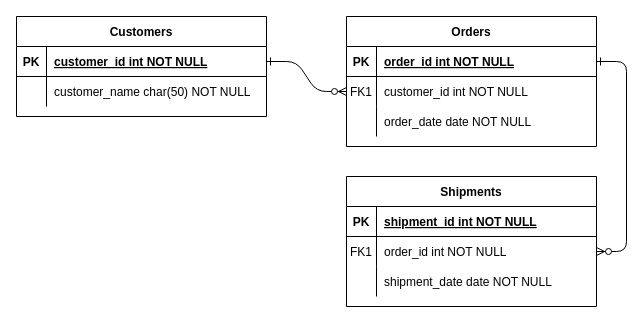
Earlier version of the draw.io diagram Untitled Diagram.drawio (alecdiaz1/rainify). Source tidied: cells renumbered, new cells numbered last; positions are measured from the earlier drawing's top-left corner, leaving out a move shared by most shapes. Both pictures are drawn from the tidied source at 100%, with x=0, y=0 at pixel (16, 16).
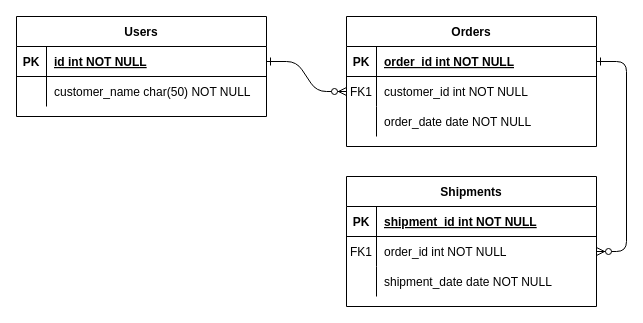
Above is the later version.

Unchanged cells that the change refers to:
```xml
<mxCell id="25" style="shape=partialRectangle;fillColor=none;points=[[0,0.5],[1,0.5]];portConstraint=eastwest;top=0;left=0;right=0;bottom=1;" parent="24" vertex="1">
  <mxGeometry y="30" width="250" height="30" as="geometry" />
</mxCell>
```

Diff of the diagram source:
```diff
@@
-    <mxCell id="24" value="Customers" style="shape=table;startSize=30;childLayout=tableLayout;rowLines=0;fontStyle=1;align=center;" parent="1" vertex="1">
+    <mxCell id="24" value="Users" style="shape=table;startSize=30;childLayout=tableLayout;rowLines=0;fontStyle=1;align=center;" parent="1" vertex="1">
       <mxGeometry width="250" height="100" as="geometry" />
     </mxCell>
@@
-    <mxCell id="27" value="customer_id int NOT NULL " style="shape=partialRectangle;overflow=hidden;fillColor=none;top=0;left=0;bottom=0;right=0;align=left;spacingLeft=6;fontStyle=5;" parent="25" vertex="1">
+    <mxCell id="27" value="id int NOT NULL " style="shape=partialRectangle;overflow=hidden;fillColor=none;top=0;left=0;bottom=0;right=0;align=left;spacingLeft=6;fontStyle=5;" parent="25" vertex="1">
       <mxGeometry x="30" width="220" height="30" as="geometry" />
     </mxCell>
```
